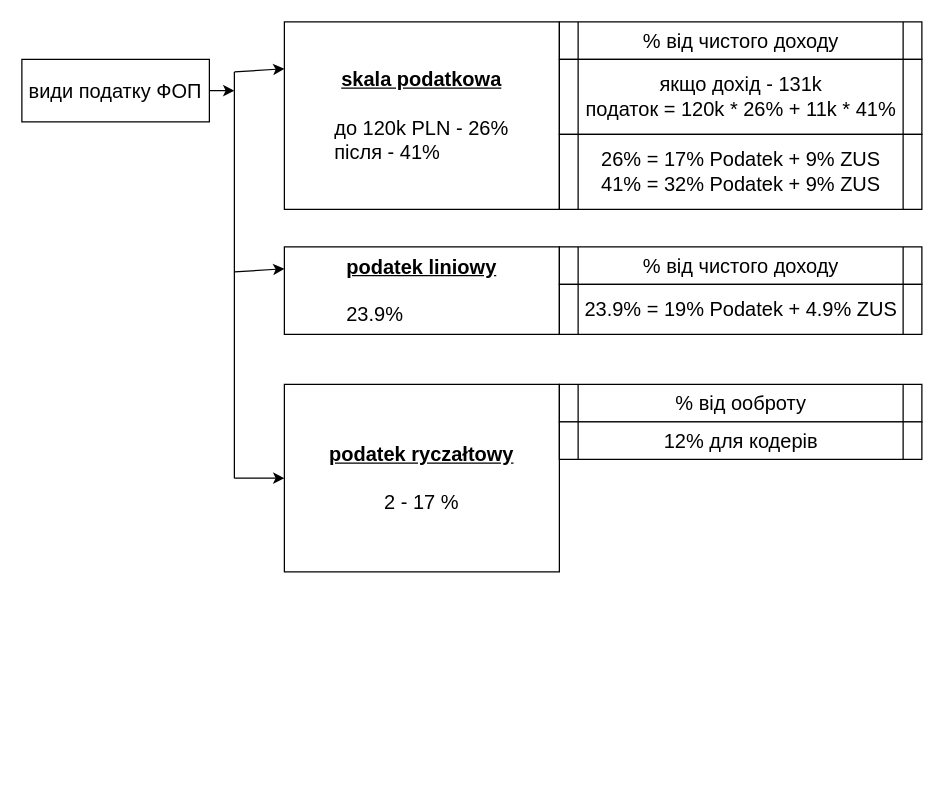
This is Untitled Diagram.drawio from AndreTeros/polish, a draw.io file, before an edit. Source tidied: cells renumbered, new cells numbered last; positions are measured from the earlier drawing's top-left corner, leaving out a move shared by most shapes. Both pictures are drawn from the tidied source at 125%, with x=0, y=0 at pixel (21, 21).
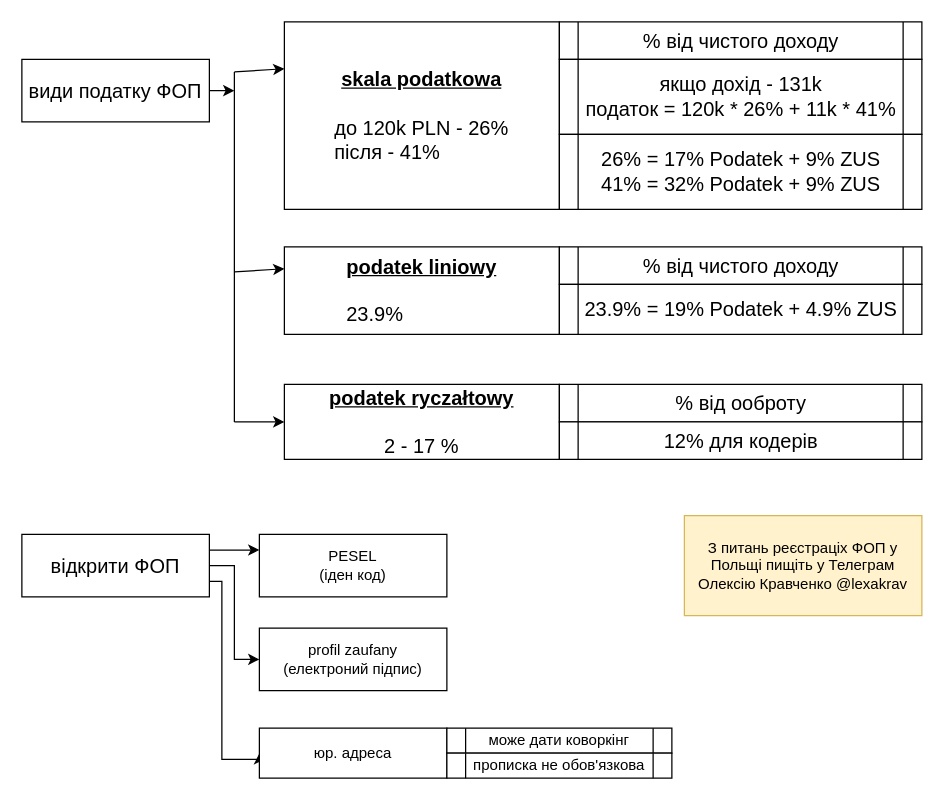
After the change.

What changed in the source:
```diff
@@
     <mxCell id="11" value="&lt;div&gt;&lt;u&gt;&lt;b&gt;podatek ryczałtowy&lt;/b&gt;&lt;br&gt;&lt;/u&gt;&lt;/div&gt;&lt;div&gt;&lt;br&gt;&lt;/div&gt;&lt;div&gt;2 - 17 %&lt;br&gt;&lt;u&gt;&lt;/u&gt;&lt;/div&gt;" style="rounded=0;whiteSpace=wrap;html=1;fontSize=16;" parent="1" vertex="1">
-      <mxGeometry x="210" y="290" width="220" height="150" as="geometry" />
+      <mxGeometry x="210" y="290" width="220" height="60" as="geometry" />
     </mxCell>
@@
     <mxCell id="14" style="endArrow=none;html=1;rounded=0;fontSize=16;" parent="1" edge="1">
       <mxGeometry relative="1" as="geometry">
-        <mxPoint x="170" y="365" as="sourcePoint" />
+        <mxPoint x="170" y="320" as="sourcePoint" />
         <mxPoint x="170" y="40" as="targetPoint" />
       </mxGeometry>
     </mxCell>
@@
     <mxCell id="17" style="endArrow=classic;html=1;rounded=0;fontSize=16;entryX=0;entryY=0.5;entryDx=0;entryDy=0;" parent="1" edge="1" target="11">
       <mxGeometry relative="1" as="geometry">
-        <mxPoint x="170" y="365" as="sourcePoint" />
+        <mxPoint x="170" y="320" as="sourcePoint" />
       </mxGeometry>
     </mxCell>
+    <mxCell id="18" style="edgeStyle=orthogonalEdgeStyle;rounded=0;jettySize=auto;html=1;exitX=1;exitY=0.25;exitDx=0;exitDy=0;entryX=0;entryY=0.25;entryDx=0;entryDy=0;" parent="1" edge="1" source="21" target="22">
+      <mxGeometry relative="1" as="geometry" />
+    </mxCell>
+    <mxCell id="19" style="edgeStyle=orthogonalEdgeStyle;rounded=0;jettySize=auto;html=1;exitX=1;exitY=0.5;exitDx=0;exitDy=0;entryX=0;entryY=0.5;entryDx=0;entryDy=0;" parent="1" edge="1" source="21" target="23">
+      <mxGeometry relative="1" as="geometry" />
+    </mxCell>
+    <mxCell id="20" style="edgeStyle=orthogonalEdgeStyle;rounded=0;jettySize=auto;html=1;exitX=1;exitY=0.75;exitDx=0;exitDy=0;entryX=0;entryY=0.5;entryDx=0;entryDy=0;" parent="1" edge="1" source="21" target="24">
+      <mxGeometry relative="1" as="geometry">
+        <Array as="points">
+          <mxPoint x="160" y="448" />
+          <mxPoint x="160" y="590" />
+        </Array>
+      </mxGeometry>
+    </mxCell>
+    <mxCell id="21" value="&lt;div&gt;&lt;font style=&quot;font-size: 16px;&quot;&gt;відкрити ФОП&lt;/font&gt;&lt;/div&gt;" style="rounded=0;whiteSpace=wrap;html=1;" parent="1" vertex="1">
+      <mxGeometry y="410" width="150" height="50" as="geometry" />
+    </mxCell>
+    <mxCell id="22" value="&lt;div&gt;PESEL&lt;/div&gt;(іден код)" style="rounded=0;whiteSpace=wrap;html=1;" parent="1" vertex="1">
+      <mxGeometry x="190" y="410" width="150" height="50" as="geometry" />
+    </mxCell>
+    <mxCell id="23" value="&lt;div&gt;profil zaufany&lt;/div&gt;(електроний підпис)" style="rounded=0;whiteSpace=wrap;html=1;" parent="1" vertex="1">
+      <mxGeometry x="190" y="485" width="150" height="50" as="geometry" />
+    </mxCell>
+    <mxCell id="24" value="юр. адреса" style="rounded=0;whiteSpace=wrap;html=1;" parent="1" vertex="1">
+      <mxGeometry x="190" y="565" width="150" height="40" as="geometry" />
+    </mxCell>
+    <mxCell id="25" value="може дати коворкінг" style="shape=process;whiteSpace=wrap;html=1;backgroundOutline=1;size=0.08333333333333333;" parent="1" vertex="1">
+      <mxGeometry x="340" y="565" width="180" height="20" as="geometry" />
+    </mxCell>
+    <mxCell id="26" value="прописка не обов'язкова" style="shape=process;whiteSpace=wrap;html=1;backgroundOutline=1;size=0.08333333333333333;" parent="1" vertex="1">
+      <mxGeometry x="340" y="585" width="180" height="20" as="geometry" />
+    </mxCell>
+    <mxCell id="27" value="&lt;span class=&quot;style-scope yt-formatted-string&quot; dir=&quot;auto&quot;&gt;З питань реєстраціх ФОП у Польщі пищіть у Телеграм Олексію Кравченко @lexakrav&lt;/span&gt;" style="rounded=0;whiteSpace=wrap;html=1;fillColor=#fff2cc;strokeColor=#d6b656;" parent="1" vertex="1">
+      <mxGeometry x="530" y="395" width="190" height="80" as="geometry" />
+    </mxCell>
```
